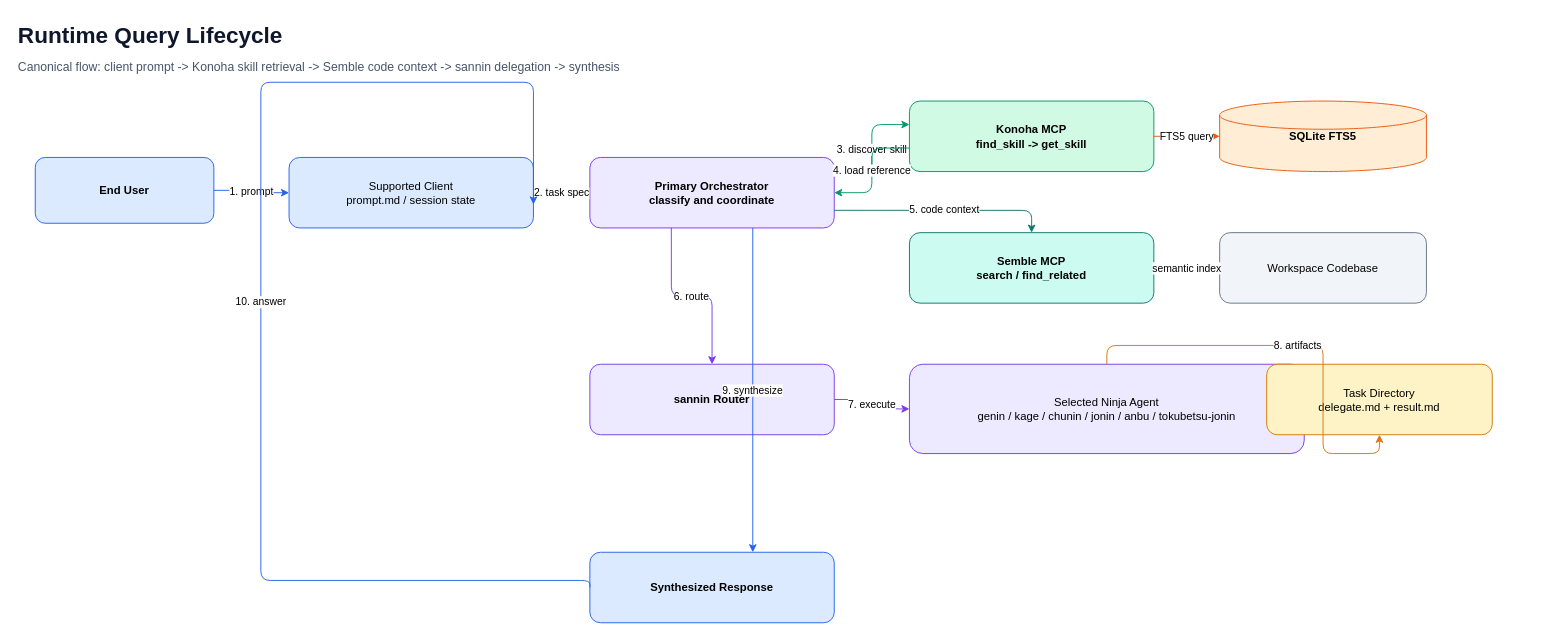
andycungkrinx91/konoha keeps this draw.io diagram as page "02 Runtime Query Lifecycle" (2 of 13) of docs/diagrams/konoha-architecture.drawio. Above is the earlier version. Source tidied: cells renumbered, new cells numbered last; positions are measured from the earlier drawing's top-left corner, leaving out a move shared by most shapes. Both pictures are drawn from the tidied source at 94%, with x=0, y=0 at pixel (16, 16).
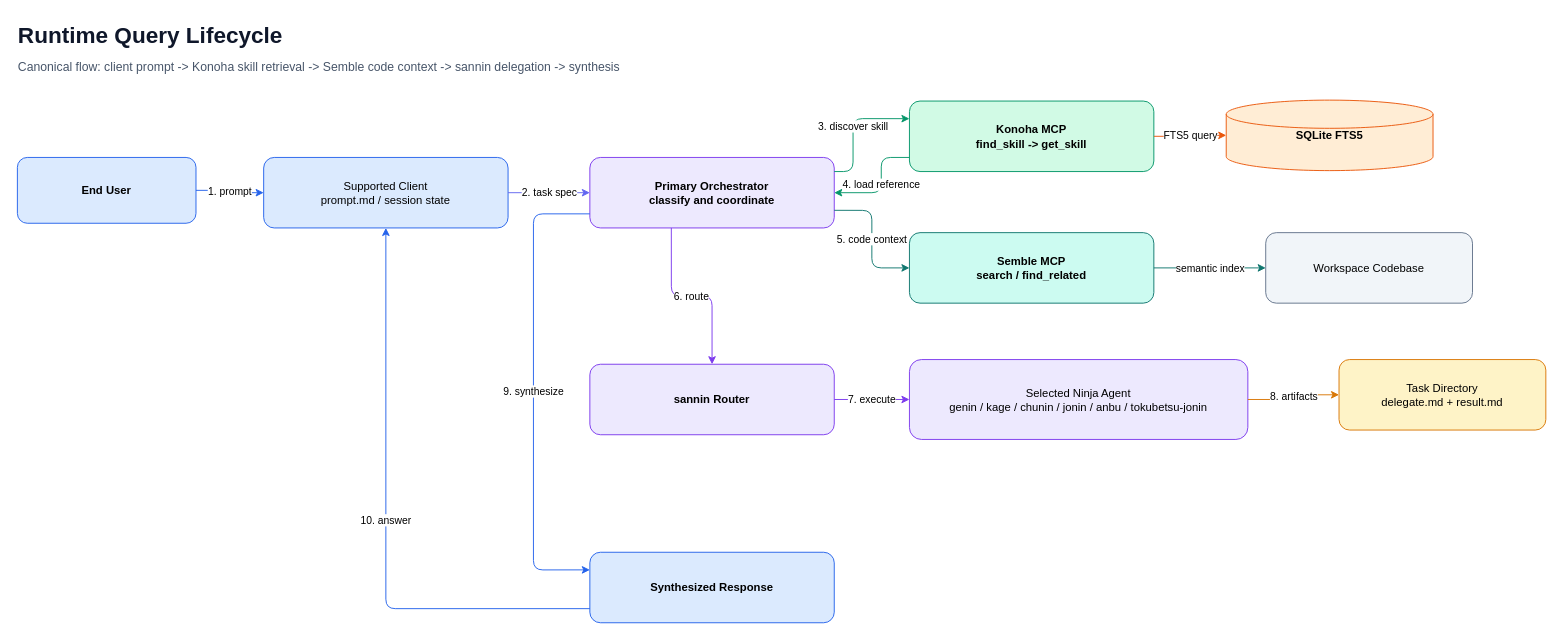
Above is the later version.

The change refers to these unchanged cells:
```xml
<mxCell id="6" value="Primary Orchestrator&#10;classify and coordinate" style="rounded=1;html=1;whiteSpace=wrap;fillColor=#ede9fe;strokeColor=#7c3aed;fontStyle=1;overflow=visible;" parent="1" vertex="1">
  <mxGeometry x="610" y="150" width="260" height="75" as="geometry" />
</mxCell>
<mxCell id="7" value="Konoha MCP&#10;find_skill -&gt; get_skill" style="rounded=1;html=1;whiteSpace=wrap;fillColor=#d1fae5;strokeColor=#059669;fontStyle=1;overflow=visible;" parent="1" vertex="1">
  <mxGeometry x="950" y="90" width="260" height="75" as="geometry" />
</mxCell>
<mxCell id="9" value="Semble MCP&#10;search / find_related" style="rounded=1;html=1;whiteSpace=wrap;fillColor=#ccfbf1;strokeColor=#0f766e;fontStyle=1;overflow=visible;" parent="1" vertex="1">
  <mxGeometry x="950" y="230" width="260" height="75" as="geometry" />
</mxCell>
<mxCell id="14" value="Synthesized Response" style="rounded=1;html=1;whiteSpace=wrap;fillColor=#dbeafe;strokeColor=#2563eb;fontStyle=1;overflow=visible;" parent="1" vertex="1">
  <mxGeometry x="610" y="570" width="260" height="75" as="geometry" />
</mxCell>
```

The edit, as a diff of the source:
```diff
@@
     <mxCell id="4" value="End User" style="rounded=1;html=1;whiteSpace=wrap;fillColor=#dbeafe;strokeColor=#2563eb;fontStyle=1;overflow=visible;" parent="1" vertex="1">
-      <mxGeometry x="20" y="150" width="190" height="70" as="geometry" />
+      <mxGeometry x="1" y="150" width="190" height="70" as="geometry" />
     </mxCell>
     <mxCell id="5" value="Supported Client&#10;prompt.md / session state" style="rounded=1;html=1;whiteSpace=wrap;fillColor=#dbeafe;strokeColor=#2563eb;overflow=visible;" parent="1" vertex="1">
-      <mxGeometry x="290" y="150" width="260" height="75" as="geometry" />
+      <mxGeometry x="263" y="150" width="260" height="75" as="geometry" />
     </mxCell>
@@
     <mxCell id="8" value="SQLite FTS5" style="shape=cylinder3;html=1;whiteSpace=wrap;fillColor=#ffedd5;strokeColor=#ea580c;fontStyle=1;overflow=visible;" parent="1" vertex="1">
-      <mxGeometry x="1280" y="90" width="220" height="75" as="geometry" />
+      <mxGeometry x="1287" y="89" width="220" height="75" as="geometry" />
     </mxCell>
@@
     <mxCell id="10" value="Workspace Codebase" style="rounded=1;html=1;whiteSpace=wrap;fillColor=#f1f5f9;strokeColor=#64748b;overflow=visible;" parent="1" vertex="1">
-      <mxGeometry x="1280" y="230" width="220" height="75" as="geometry" />
+      <mxGeometry x="1329" y="230" width="220" height="75" as="geometry" />
     </mxCell>
@@
     <mxCell id="12" value="Selected Ninja Agent&#10;genin / kage / chunin / jonin / anbu / tokubetsu-jonin" style="rounded=1;html=1;whiteSpace=wrap;fillColor=#ede9fe;strokeColor=#7c3aed;overflow=visible;" parent="1" vertex="1">
-      <mxGeometry x="950" y="370" width="420" height="95" as="geometry" />
+      <mxGeometry x="950" y="365" width="360" height="85" as="geometry" />
     </mxCell>
     <mxCell id="13" value="Task Directory&#10;delegate.md + result.md" style="rounded=1;html=1;whiteSpace=wrap;fillColor=#fef3c7;strokeColor=#d97706;overflow=visible;" parent="1" vertex="1">
-      <mxGeometry x="1330" y="370" width="240" height="75" as="geometry" />
+      <mxGeometry x="1407" y="365" width="220" height="75" as="geometry" />
     </mxCell>
@@
-    <mxCell id="17" value="3. discover skill" style="edgeStyle=orthogonalEdgeStyle;rounded=1;jettySize=auto;html=1;strokeColor=#059669;exitX=1;exitY=0.25;exitDx=0;exitDy=0;entryX=0;entryY=0.333333;entryDx=0;entryDy=0;" parent="1" edge="1" source="6" target="7">
-      <mxGeometry relative="1" as="geometry" />
+    <mxCell id="17" value="3. discover skill" style="edgeStyle=orthogonalEdgeStyle;rounded=1;jettySize=auto;html=1;strokeColor=#059669;exitX=1;exitY=0.2;exitDx=0;exitDy=0;entryX=0;entryY=0.25;entryDx=0;entryDy=0;" parent="1" edge="1" source="6" target="7">
+      <mxGeometry relative="1" as="geometry">
+        <Array as="points">
+          <mxPoint x="890" y="165" />
+          <mxPoint x="890" y="109" />
+        </Array>
+      </mxGeometry>
     </mxCell>
@@
-    <mxCell id="19" value="4. load reference" style="edgeStyle=orthogonalEdgeStyle;rounded=1;jettySize=auto;html=1;strokeColor=#059669;entryX=1;entryY=0.5;entryDx=0;entryDy=0;exitX=0;exitY=0.666667;exitDx=0;exitDy=0;" parent="1" edge="1" source="7" target="6">
-      <mxGeometry relative="1" as="geometry" />
+    <mxCell id="19" value="4. load reference" style="edgeStyle=orthogonalEdgeStyle;rounded=1;jettySize=auto;html=1;strokeColor=#059669;exitX=0;exitY=0.8;exitDx=0;exitDy=0;entryX=1;entryY=0.5;entryDx=0;entryDy=0;" parent="1" edge="1" source="7" target="6">
+      <mxGeometry relative="1" as="geometry">
+        <Array as="points">
+          <mxPoint x="920" y="150" />
+          <mxPoint x="920" y="188" />
+        </Array>
+      </mxGeometry>
     </mxCell>
-    <mxCell id="20" value="5. code context" style="edgeStyle=orthogonalEdgeStyle;rounded=1;jettySize=auto;html=1;strokeColor=#0f766e;exitX=1;exitY=0.75;exitDx=0;exitDy=0;" parent="1" edge="1" source="6" target="9">
-      <mxGeometry relative="1" as="geometry" />
+    <mxCell id="20" value="5. code context" style="edgeStyle=orthogonalEdgeStyle;rounded=1;jettySize=auto;html=1;strokeColor=#0f766e;exitX=1;exitY=0.75;exitDx=0;exitDy=0;entryX=0;entryY=0.5;entryDx=0;entryDy=0;" parent="1" edge="1" source="6" target="9">
+      <mxGeometry relative="1" as="geometry">
+        <Array as="points">
+          <mxPoint x="910" y="206" />
+          <mxPoint x="910" y="268" />
+        </Array>
+      </mxGeometry>
     </mxCell>
@@
-    <mxCell id="25" value="9. synthesize" style="edgeStyle=orthogonalEdgeStyle;rounded=1;jettySize=auto;html=1;strokeColor=#2563eb;exitX=0.666667;exitY=1;exitDx=0;exitDy=0;entryX=0.666667;entryY=0;entryDx=0;entryDy=0;" parent="1" edge="1" source="6" target="14">
-      <mxGeometry relative="1" as="geometry" />
+    <mxCell id="25" value="9. synthesize" style="edgeStyle=orthogonalEdgeStyle;rounded=1;jettySize=auto;html=1;strokeColor=#2563eb;exitX=0;exitY=0.8;exitDx=0;exitDy=0;entryX=0;entryY=0.25;entryDx=0;entryDy=0;" parent="1" edge="1" source="6" target="14">
+      <mxGeometry relative="1" as="geometry">
+        <Array as="points">
+          <mxPoint x="550" y="210" />
+          <mxPoint x="550" y="588.8" />
+        </Array>
+      </mxGeometry>
     </mxCell>
-    <mxCell id="26" value="10. answer" style="edgeStyle=orthogonalEdgeStyle;rounded=1;jettySize=auto;html=1;strokeColor=#2563eb;exitX=0;exitY=0.5;exitDx=0;exitDy=0;entryX=1;entryY=0.666667;entryDx=0;entryDy=0;" parent="1" edge="1" source="14" target="5">
+    <mxCell id="26" value="10. answer" style="edgeStyle=orthogonalEdgeStyle;rounded=1;jettySize=auto;html=1;strokeColor=#2563eb;exitX=0;exitY=0.8;exitDx=0;exitDy=0;entryX=0.5;entryY=1;entryDx=0;entryDy=0;" parent="1" edge="1" source="14" target="5">
       <mxGeometry relative="1" as="geometry">
         <Array as="points">
-          <mxPoint x="260" y="600" />
-          <mxPoint x="260" y="70" />
+          <mxPoint x="393" y="630" />
         </Array>
       </mxGeometry>
     </mxCell>
```
